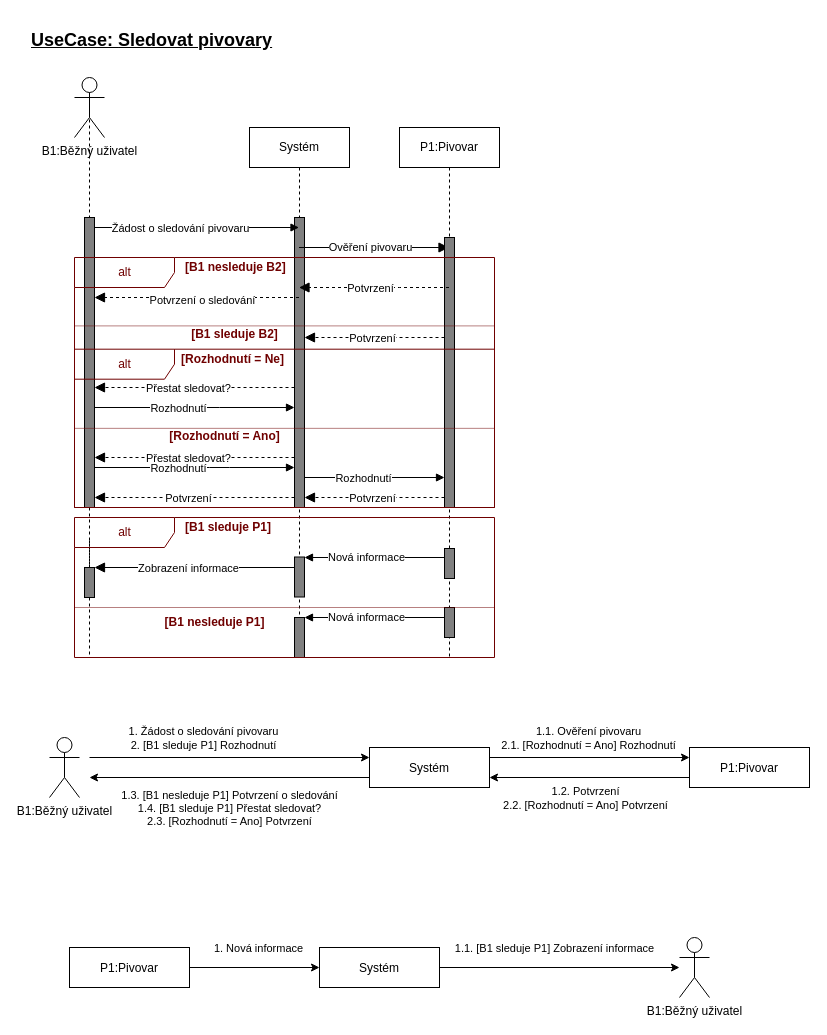
dan1235689/Diagrams keeps this draw.io diagram as page "Sledování pivovarů" (8 of 12) of IUS/IUS_projekt/Sequence.drawio. Above is the earlier version. Source tidied: cells renumbered, new cells numbered last; positions are measured from the earlier drawing's top-left corner, leaving out a move shared by most shapes. Both pictures are drawn from the tidied source at 100%, with x=0, y=0 at pixel (29, 17).
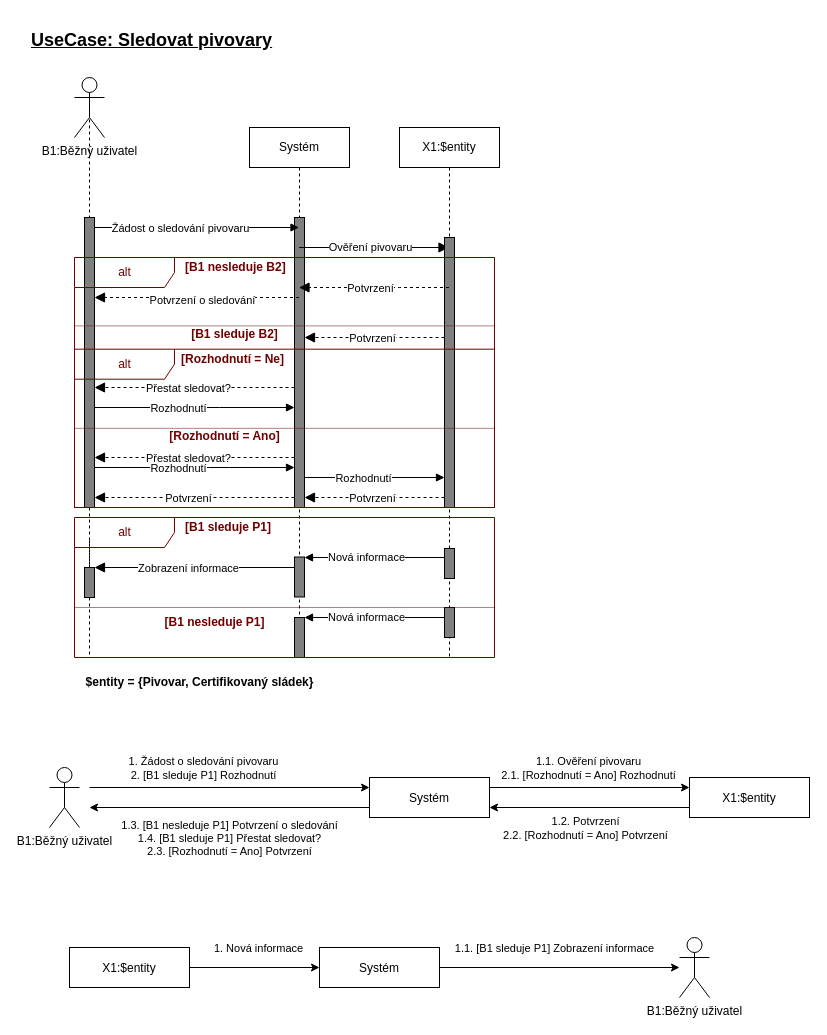
The same page after the edit.

What changed in the source:
```diff
@@
-    <mxCell id="15" value="P1:Pivovar" style="shape=umlLifeline;perimeter=lifelinePerimeter;whiteSpace=wrap;html=1;outlineConnect=0;" parent="1" vertex="1">
+    <mxCell id="15" value="X1:$entity" style="shape=umlLifeline;perimeter=lifelinePerimeter;whiteSpace=wrap;html=1;outlineConnect=0;" parent="1" vertex="1">
       <mxGeometry x="370" y="110" width="100" height="530" as="geometry" />
     </mxCell>
@@
     <mxCell id="29" style="edgeStyle=orthogonalEdgeStyle;rounded=0;jettySize=auto;html=1;exitX=0;exitY=0.75;exitDx=0;exitDy=0;" parent="1" edge="1" source="31">
       <mxGeometry relative="1" as="geometry">
-        <mxPoint x="60" y="760" as="targetPoint" />
+        <mxPoint x="60" y="790" as="targetPoint" />
       </mxGeometry>
     </mxCell>
@@
     <mxCell id="31" value="Systém" style="fontStyle=0;" parent="1" vertex="1">
-      <mxGeometry x="340" y="730" width="120" height="40" as="geometry" />
+      <mxGeometry x="340" y="760" width="120" height="40" as="geometry" />
     </mxCell>
@@
-    <mxCell id="34" value="P1:Pivovar" style="fontStyle=0;" parent="1" vertex="1">
-      <mxGeometry x="660" y="730" width="120" height="40" as="geometry" />
+    <mxCell id="34" value="X1:$entity" style="fontStyle=0;" parent="1" vertex="1">
+      <mxGeometry x="660" y="760" width="120" height="40" as="geometry" />
     </mxCell>
     <mxCell id="35" style="edgeStyle=none;html=1;entryX=0;entryY=0.25;entryDx=0;entryDy=0;" parent="1" edge="1" target="31">
       <mxGeometry relative="1" as="geometry">
-        <mxPoint x="60" y="740" as="sourcePoint" />
+        <mxPoint x="60" y="770" as="sourcePoint" />
       </mxGeometry>
     </mxCell>
@@
     <mxCell id="37" value="B1:Běžný uživatel" style="shape=umlActor;verticalLabelPosition=bottom;verticalAlign=top;html=1;" parent="1" vertex="1">
-      <mxGeometry x="20" y="720" width="30" height="60" as="geometry" />
+      <mxGeometry x="20" y="750" width="30" height="60" as="geometry" />
     </mxCell>
@@
-    <mxCell id="76" value="P1:Pivovar" style="fontStyle=0;" parent="1" vertex="1">
+    <mxCell id="76" value="X1:$entity" style="fontStyle=0;" parent="1" vertex="1">
       <mxGeometry x="40" y="930" width="120" height="40" as="geometry" />
     </mxCell>
@@
+    <mxCell id="78" value="&lt;b&gt;$entity = {&lt;span style=&quot;&quot;&gt;Pivovar,&amp;nbsp;&lt;/span&gt;&lt;span style=&quot;&quot;&gt;Certifikovaný sládek}&lt;/span&gt;&lt;/b&gt;" style="text;html=1;align=center;verticalAlign=middle;strokeColor=none;fillColor=none;" parent="1" vertex="1">
+      <mxGeometry x="40" y="650" width="260" height="30" as="geometry" />
+    </mxCell>
```
